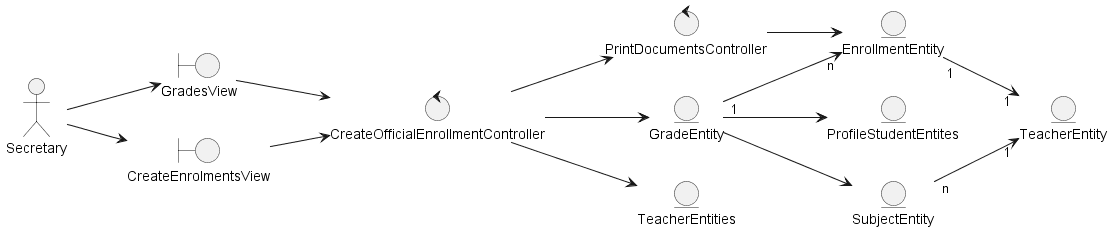
wsmcbl/wsmcbl.doc keeps this PlantUML diagram as out/DesignView/AnalysisView/UseCaseAnalysis/CU05.CreateOfficialEnrollmentBySection/Classes.CU05.Analysis.png. Above is the earlier version.
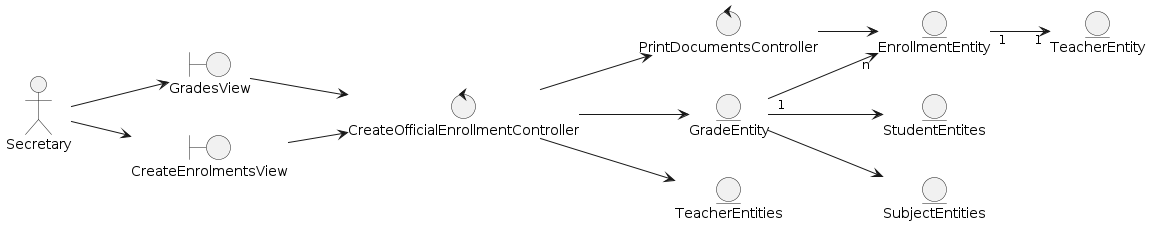
After the change.

Diff of the diagram source:
```diff
@@ -10,10 +10,10 @@
 control PrintDocumentsController
 
 entity EnrollmentEntity
-entity ProfileStudentEntites
+entity StudentEntites
 entity TeacherEntity
 entity GradeEntity
-entity SubjectEntity
+entity SubjectEntities
 entity TeacherEntities
 
 
@@ -32,10 +32,9 @@
 PrintDocumentsController --> EnrollmentEntity
 
 
-GradeEntity --> SubjectEntity
+GradeEntity --> SubjectEntities
 GradeEntity "1" --> "n" EnrollmentEntity
-GradeEntity --> ProfileStudentEntites
+GradeEntity --> StudentEntites
 
 EnrollmentEntity "1" --> "1" TeacherEntity
-SubjectEntity "n" --> "1" TeacherEntity
 @enduml
```
